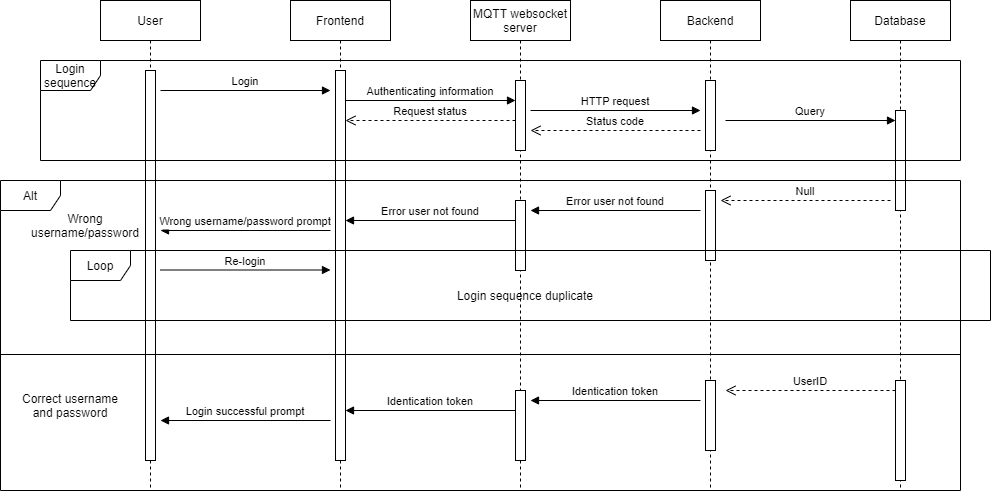
erdemhalil/DIT355-Documentation keeps this draw.io diagram as images/Login_sequence_diagram.png. Above is the earlier version. Source tidied: cells renumbered, new cells last; positions are measured from the earlier drawing's top-left corner, leaving out a move shared by most shapes.
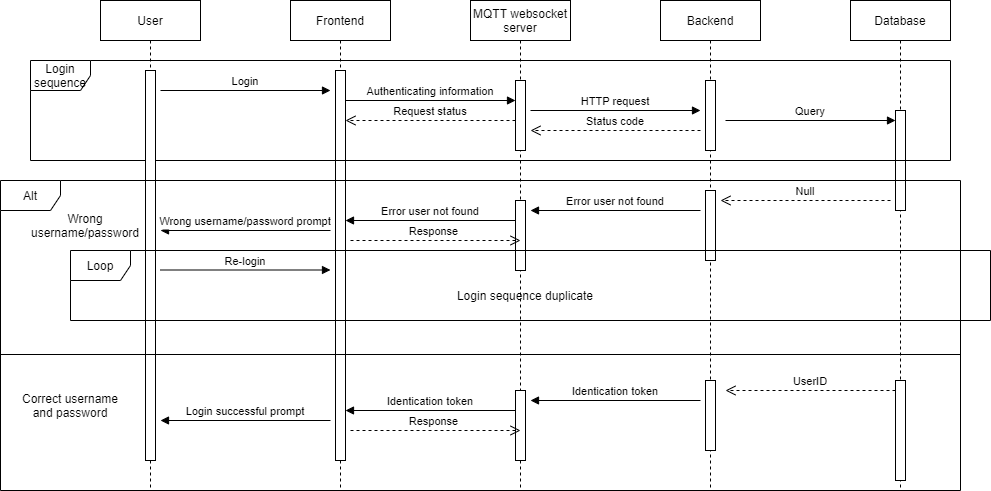
The same file after the commit.

What changed in the source:
```diff
@@ -101,6 +101,9 @@
         <mxPoint x="-125" y="390" as="targetPoint" />
       </mxGeometry>
     </mxCell>
+    <mxCell id="30" value="Login sequence" style="shape=umlFrame;whiteSpace=wrap;html=1;" parent="21" vertex="1">
+      <mxGeometry x="-820" y="60" width="920" height="100" as="geometry" />
+    </mxCell>
     <mxCell id="25" value="User" style="shape=umlLifeline;perimeter=lifelinePerimeter;rounded=0;shadow=0;strokeWidth=1;" parent="1" vertex="1">
       <mxGeometry x="100" width="100" height="490" as="geometry" />
     </mxCell>
@@ -125,9 +128,6 @@
         <mxPoint x="720" y="200" as="targetPoint" />
       </mxGeometry>
     </mxCell>
-    <mxCell id="30" value="Login sequence" style="shape=umlFrame;whiteSpace=wrap;html=1;" parent="1" vertex="1">
-      <mxGeometry x="40" y="60" width="920" height="100" as="geometry" />
-    </mxCell>
     <mxCell id="31" value="Error user not found" style="verticalAlign=bottom;endArrow=block;shadow=0;strokeWidth=1;" parent="1" edge="1">
       <mxGeometry relative="1" as="geometry">
         <mxPoint x="700" y="210" as="sourcePoint" />
@@ -158,5 +158,17 @@
     <mxCell id="38" value="Correct username and password" style="text;html=1;strokeColor=none;fillColor=none;align=center;verticalAlign=middle;whiteSpace=wrap;rounded=0;" parent="1" vertex="1">
       <mxGeometry x="20" y="390" width="100" height="30" as="geometry" />
     </mxCell>
+    <mxCell id="39" value="Response " style="verticalAlign=bottom;endArrow=open;dashed=1;endSize=8;shadow=0;strokeWidth=1;" parent="1" edge="1">
+      <mxGeometry relative="1" as="geometry">
+        <mxPoint x="350" y="240" as="sourcePoint" />
+        <mxPoint x="520" y="240" as="targetPoint" />
+      </mxGeometry>
+    </mxCell>
+    <mxCell id="40" value="Response " style="verticalAlign=bottom;endArrow=open;dashed=1;endSize=8;shadow=0;strokeWidth=1;" parent="1" edge="1">
+      <mxGeometry relative="1" as="geometry">
+        <mxPoint x="350" y="430" as="sourcePoint" />
+        <mxPoint x="520" y="430" as="targetPoint" />
+      </mxGeometry>
+    </mxCell>
   </root>
 </mxGraphModel>
```
